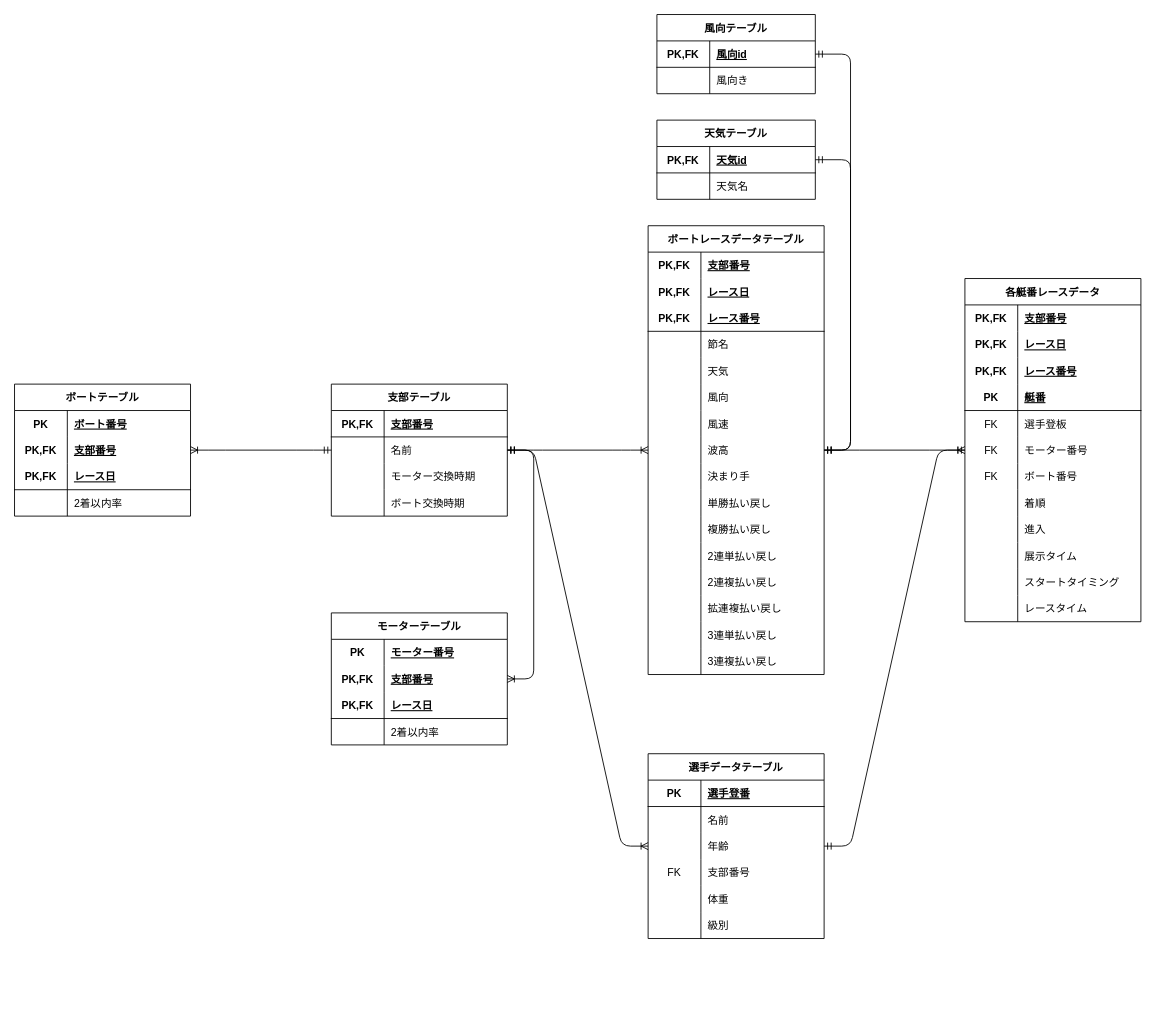
nishio-n0522/predict_boat keeps this draw.io diagram as page "論理設計" (2 of 3) of .db_design/db_design.dio. Above is the earlier version. Source tidied: cells renumbered, new cells numbered last; positions are measured from the earlier drawing's top-left corner, leaving out a move shared by most shapes. Both pictures are drawn from the tidied source at 88%, with x=0, y=0 at pixel (14, 14).
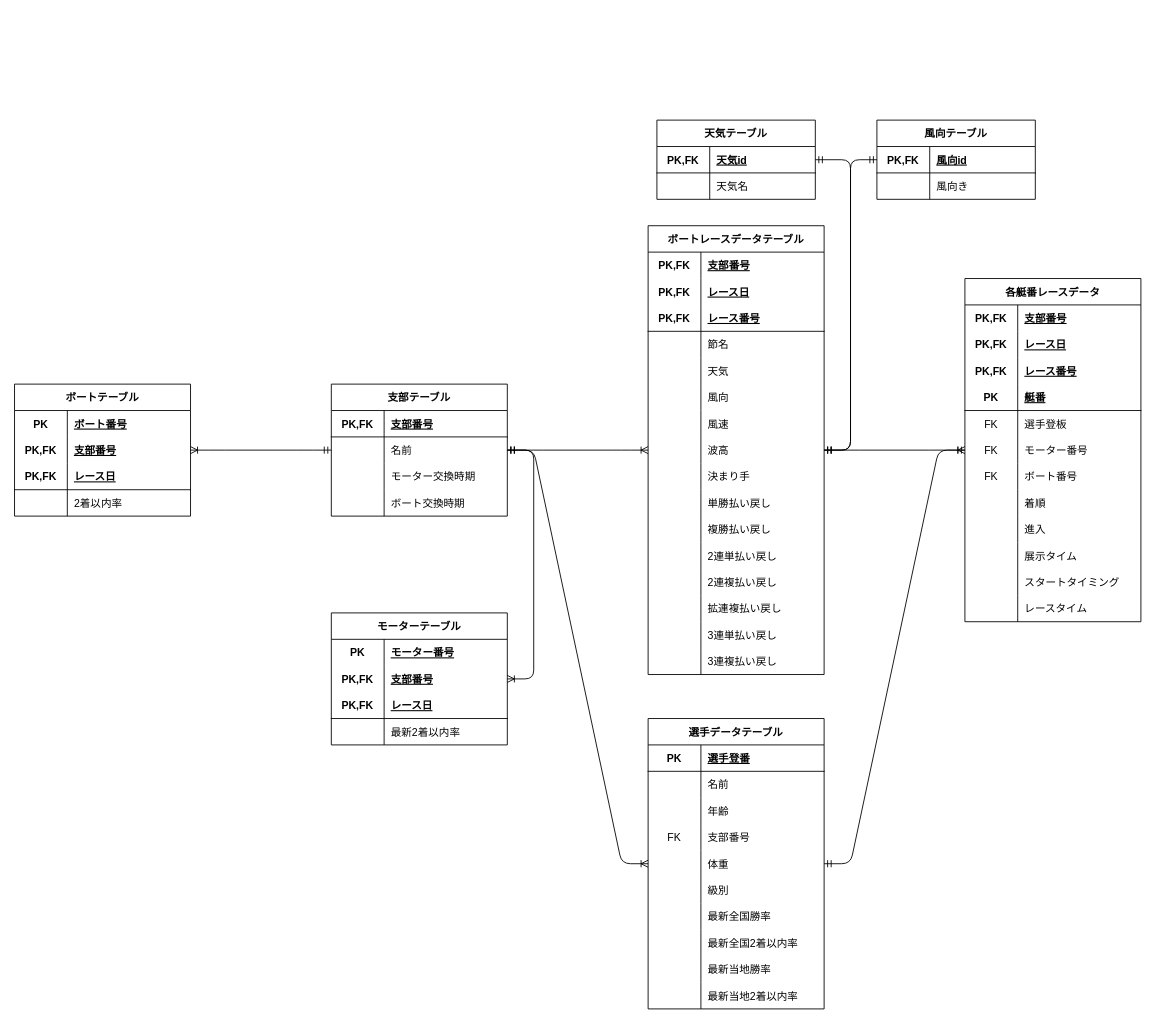
After the change.

Unchanged cells that the change refers to:
```xml
<mxCell id="130" style="shape=tableRow;horizontal=0;startSize=0;swimlaneHead=0;swimlaneBody=0;fillColor=none;top=0;left=0;right=0;bottom=0;" parent="120" vertex="1">
  <mxGeometry y="120" width="200" height="30" as="geometry" />
</mxCell>
```

What changed in the source:
```diff
@@
     <mxCell id="64" value="選手データテーブル" style="shape=table;startSize=30;childLayout=tableLayout;rowLines=0;fontStyle=1;align=center;" parent="1" vertex="1">
-      <mxGeometry x="720" y="840" width="200" height="210" as="geometry" />
+      <mxGeometry x="720" y="800" width="200" height="330" as="geometry" />
     </mxCell>
@@
+    <mxCell id="168" style="shape=tableRow;horizontal=0;startSize=0;swimlaneHead=0;swimlaneBody=0;fillColor=none;top=0;left=0;right=0;bottom=0;" parent="64" vertex="1">
+      <mxGeometry y="210" width="200" height="30" as="geometry" />
+    </mxCell>
+    <mxCell id="169" style="shape=partialRectangle;fillColor=none;top=0;left=0;bottom=0;right=0;overflow=hidden;" parent="168" vertex="1">
+      <mxGeometry width="60" height="30" as="geometry" />
+    </mxCell>
+    <mxCell id="170" value="最新全国勝率" style="shape=partialRectangle;fillColor=none;top=0;left=0;bottom=0;right=0;align=left;spacingLeft=6;overflow=hidden;" parent="168" vertex="1">
+      <mxGeometry x="60" width="140" height="30" as="geometry" />
+    </mxCell>
+    <mxCell id="171" style="shape=tableRow;horizontal=0;startSize=0;swimlaneHead=0;swimlaneBody=0;fillColor=none;top=0;left=0;right=0;bottom=0;" parent="64" vertex="1">
+      <mxGeometry y="240" width="200" height="30" as="geometry" />
+    </mxCell>
+    <mxCell id="172" style="shape=partialRectangle;fillColor=none;top=0;left=0;bottom=0;right=0;overflow=hidden;" parent="171" vertex="1">
+      <mxGeometry width="60" height="30" as="geometry" />
+    </mxCell>
+    <mxCell id="173" value="最新全国2着以内率" style="shape=partialRectangle;fillColor=none;top=0;left=0;bottom=0;right=0;align=left;spacingLeft=6;overflow=hidden;" parent="171" vertex="1">
+      <mxGeometry x="60" width="140" height="30" as="geometry" />
+    </mxCell>
+    <mxCell id="174" style="shape=tableRow;horizontal=0;startSize=0;swimlaneHead=0;swimlaneBody=0;fillColor=none;top=0;left=0;right=0;bottom=0;" parent="64" vertex="1">
+      <mxGeometry y="270" width="200" height="30" as="geometry" />
+    </mxCell>
+    <mxCell id="175" style="shape=partialRectangle;fillColor=none;top=0;left=0;bottom=0;right=0;overflow=hidden;" parent="174" vertex="1">
+      <mxGeometry width="60" height="30" as="geometry" />
+    </mxCell>
+    <mxCell id="176" value="最新当地勝率" style="shape=partialRectangle;fillColor=none;top=0;left=0;bottom=0;right=0;align=left;spacingLeft=6;overflow=hidden;" parent="174" vertex="1">
+      <mxGeometry x="60" width="140" height="30" as="geometry" />
+    </mxCell>
+    <mxCell id="177" style="shape=tableRow;horizontal=0;startSize=0;swimlaneHead=0;swimlaneBody=0;fillColor=none;top=0;left=0;right=0;bottom=0;" parent="64" vertex="1">
+      <mxGeometry y="300" width="200" height="30" as="geometry" />
+    </mxCell>
+    <mxCell id="178" style="shape=partialRectangle;fillColor=none;top=0;left=0;bottom=0;right=0;overflow=hidden;" parent="177" vertex="1">
+      <mxGeometry width="60" height="30" as="geometry" />
+    </mxCell>
+    <mxCell id="179" value="最新当地2着以内率" style="shape=partialRectangle;fillColor=none;top=0;left=0;bottom=0;right=0;align=left;spacingLeft=6;overflow=hidden;" parent="177" vertex="1">
+      <mxGeometry x="60" width="140" height="30" as="geometry" />
+    </mxCell>
@@
-    <mxCell id="132" value="2着以内率" style="shape=partialRectangle;fillColor=none;top=0;left=0;bottom=0;right=0;align=left;spacingLeft=6;overflow=hidden;" parent="130" vertex="1">
+    <mxCell id="132" value="最新2着以内率" style="shape=partialRectangle;fillColor=none;top=0;left=0;bottom=0;right=0;align=left;spacingLeft=6;overflow=hidden;" parent="130" vertex="1">
       <mxGeometry x="60" width="140" height="30" as="geometry" />
     </mxCell>
@@
     <mxCell id="160" value="風向テーブル" style="shape=table;startSize=30;childLayout=tableLayout;rowLines=0;fontStyle=1;align=center;" parent="1" vertex="1">
-      <mxGeometry x="730" width="180" height="90" as="geometry" />
+      <mxGeometry x="980" y="120" width="180" height="90" as="geometry" />
     </mxCell>
```
